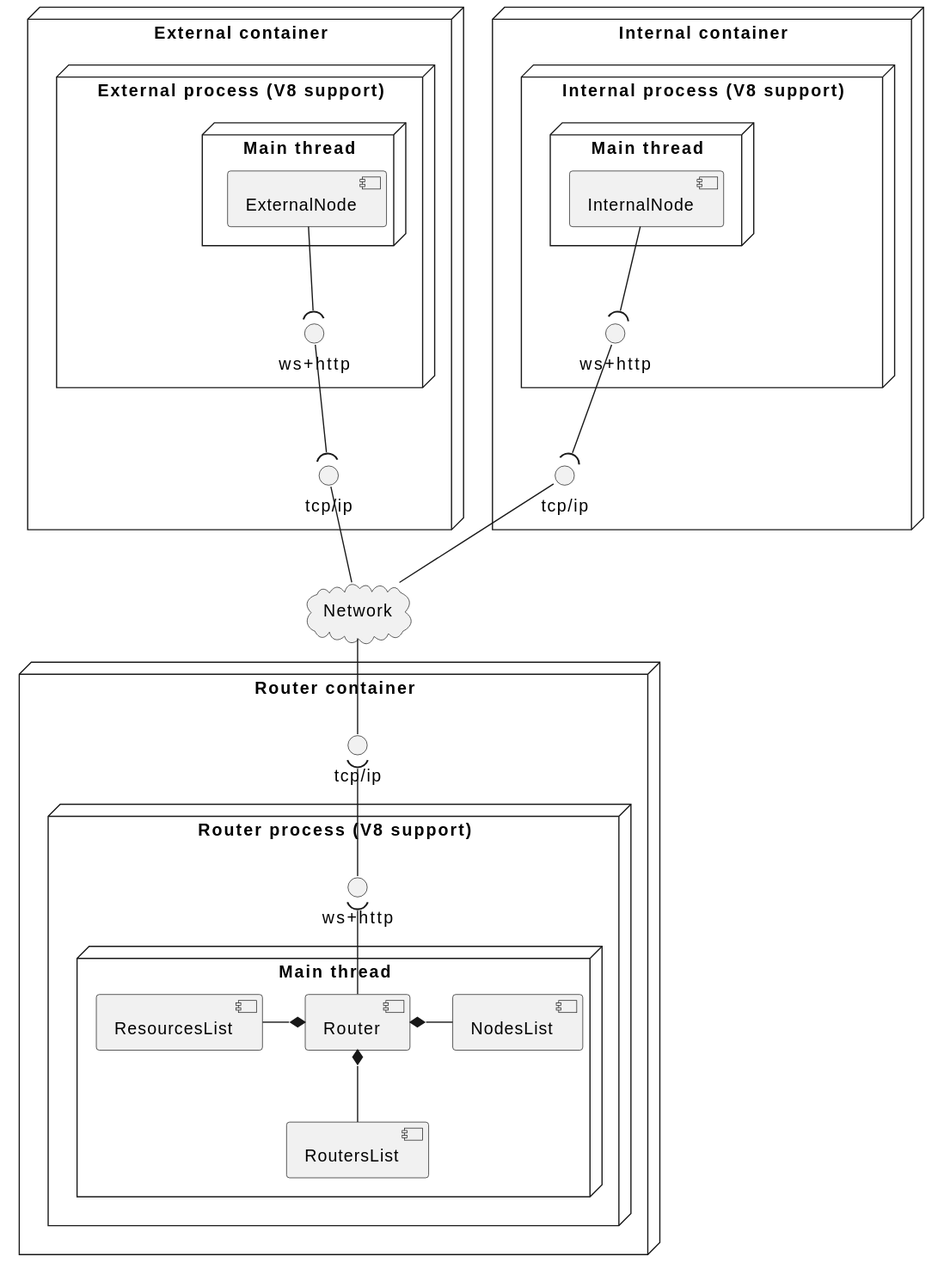
imazzine/mln keeps this PlantUML diagram as uml/svg/mln.io/io.svg. Above is the earlier version.
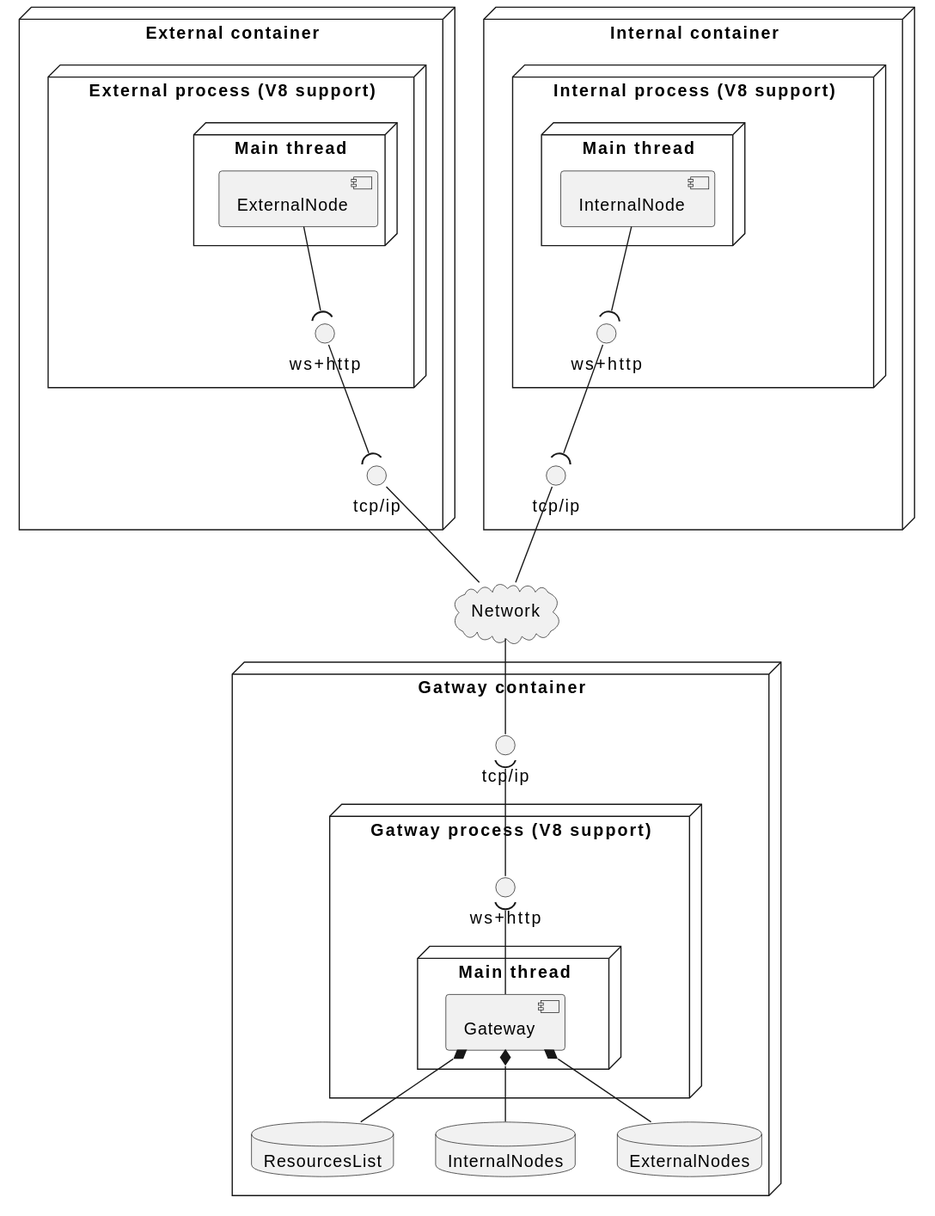
After the commit.

What changed in the source:
```diff
@@ -28,24 +28,25 @@
   external_tcp_ip -- network
   internal_tcp_ip -- network
 
-  node "Router container" as router_container {
-    interface "tcp/ip" as router_tcp_ip
+  node "Gatway container" as gateway_container {
+    interface "tcp/ip" as gateway_tcp_ip
 
-    node "Router process (V8 support)" as router_process {
-      interface "ws+http" as router_websocket
+    node "Gatway process (V8 support)" as gateway_process {
+      interface "ws+http" as gateway_websocket
 
-      node "Main thread" as router_main_thread {
-        component Router
-        component NodesList
-        component ResourcesList
-        component RoutersList
-        Router *- NodesList
-        ResourcesList -* Router
-        Router *-- RoutersList
+      node "Main thread" as gateway_main_thread {
+        component Gateway
       }
     }
-    network -- router_tcp_ip
-    router_tcp_ip )-- router_websocket
-    router_websocket )-- Router
+    network -- gateway_tcp_ip
+    gateway_tcp_ip )-- gateway_websocket
+    gateway_websocket )-- Gateway
+
+    database ResourcesList
+    database InternalNodes
+    database ExternalNodes
+    Gateway *-- ResourcesList
+    Gateway *-- InternalNodes
+    Gateway *-- ExternalNodes
   }
 @enduml
```
